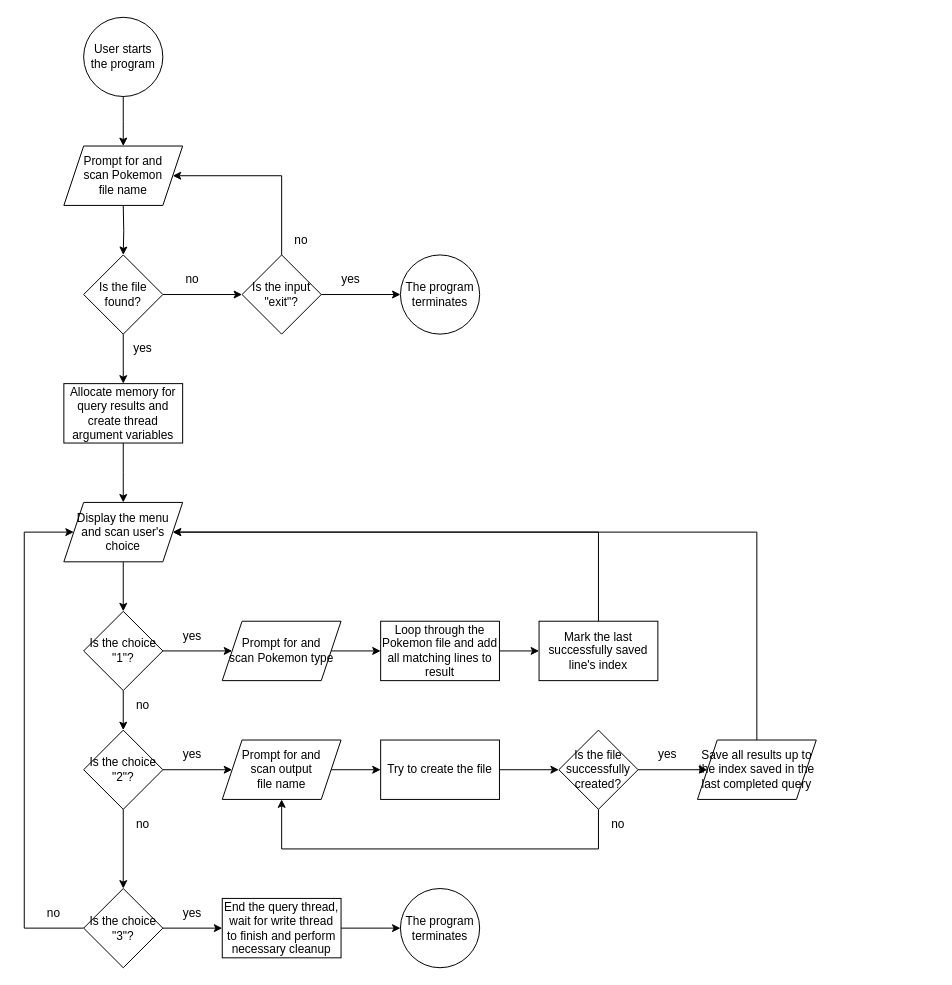
InvalidPathException/draw.io keeps this draw.io diagram as Untitled Diagram.drawio. Above is the earlier version. Source tidied: cells renumbered, new cells numbered last; positions are measured from the earlier drawing's top-left corner, leaving out a move shared by most shapes. Both pictures are drawn from the tidied source at 99%, with x=0, y=0 at pixel (24, 17).
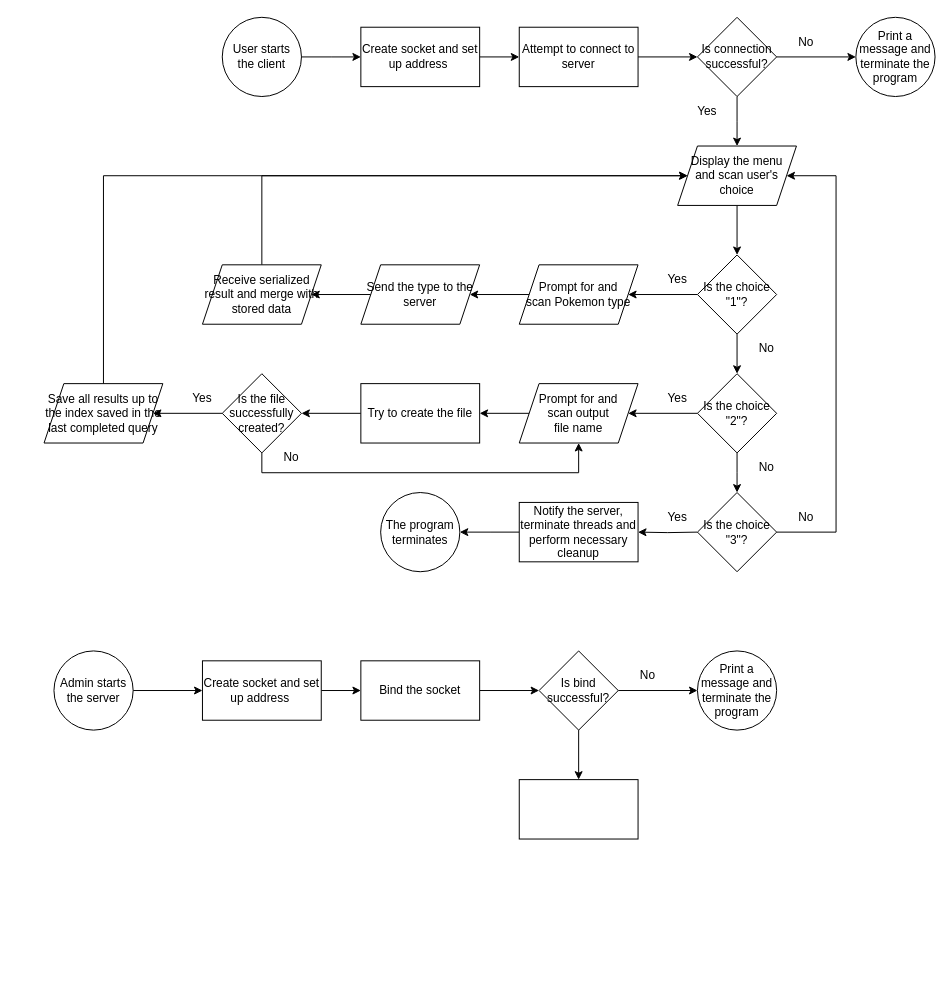
Above is the later version.

Diff of the diagram source:
```diff
@@
-    <mxCell id="2" style="edgeStyle=orthogonalEdgeStyle;rounded=0;jettySize=auto;html=1;" parent="1" edge="1" source="3">
-      <mxGeometry relative="1" as="geometry">
-        <mxPoint x="100" y="130" as="targetPoint" />
-      </mxGeometry>
-    </mxCell>
+    <mxCell id="56" style="edgeStyle=orthogonalEdgeStyle;rounded=0;jettySize=auto;html=1;" parent="1" edge="1" source="3">
+      <mxGeometry relative="1" as="geometry">
+        <mxPoint x="340" y="40" as="targetPoint" />
+      </mxGeometry>
+    </mxCell>
-    <mxCell id="3" value="User starts the program" style="ellipse;whiteSpace=wrap;html=1;" parent="1" vertex="1">
-      <mxGeometry x="60" width="80" height="80" as="geometry" />
+    <mxCell id="3" value="User starts the client" style="ellipse;whiteSpace=wrap;html=1;" parent="1" vertex="1">
+      <mxGeometry x="200" width="80" height="80" as="geometry" />
     </mxCell>
-    <mxCell id="4" style="edgeStyle=orthogonalEdgeStyle;rounded=0;jettySize=auto;html=1;" parent="1" edge="1" target="7">
-      <mxGeometry relative="1" as="geometry">
-        <mxPoint x="100" y="190" as="sourcePoint" />
-      </mxGeometry>
-    </mxCell>
-    <mxCell id="5" style="edgeStyle=orthogonalEdgeStyle;rounded=0;jettySize=auto;html=1;" parent="1" edge="1" source="7" target="9">
-      <mxGeometry relative="1" as="geometry" />
-    </mxCell>
-    <mxCell id="6" style="edgeStyle=orthogonalEdgeStyle;rounded=0;jettySize=auto;html=1;" parent="1" edge="1" source="7" target="29">
-      <mxGeometry relative="1" as="geometry" />
-    </mxCell>
-    <mxCell id="7" value="Is the file found?" style="rhombus;whiteSpace=wrap;html=1;" parent="1" vertex="1">
-      <mxGeometry x="60" y="240" width="80" height="80" as="geometry" />
-    </mxCell>
-    <mxCell id="8" style="edgeStyle=orthogonalEdgeStyle;rounded=0;jettySize=auto;html=1;" parent="1" edge="1" source="9">
-      <mxGeometry relative="1" as="geometry">
-        <mxPoint x="100" y="490" as="targetPoint" />
-      </mxGeometry>
-    </mxCell>
-    <mxCell id="9" value="Allocate memory for query results and create thread argument variables" style="whiteSpace=wrap;html=1;" parent="1" vertex="1">
-      <mxGeometry x="40" y="370" width="120" height="60" as="geometry" />
-    </mxCell>
-    <mxCell id="10" value="&lt;div&gt;Prompt for and&lt;/div&gt;&lt;div&gt;scan Pokemon&lt;/div&gt;&lt;div&gt;file name&lt;br&gt;&lt;/div&gt;" style="shape=parallelogram;perimeter=parallelogramPerimeter;whiteSpace=wrap;html=1;fixedSize=1;" parent="1" vertex="1">
-      <mxGeometry x="40" y="130" width="120" height="60" as="geometry" />
-    </mxCell>
+    <mxCell id="37" style="edgeStyle=orthogonalEdgeStyle;rounded=0;jettySize=auto;html=1;" parent="1" edge="1" source="38" target="13">
+      <mxGeometry relative="1" as="geometry" />
+    </mxCell>
+    <mxCell id="38" value="&lt;div&gt;Display the menu&lt;/div&gt;&lt;div&gt;and scan user's&lt;/div&gt;&lt;div&gt;choice&lt;br&gt;&lt;/div&gt;" style="shape=parallelogram;perimeter=parallelogramPerimeter;whiteSpace=wrap;html=1;fixedSize=1;" parent="1" vertex="1">
+      <mxGeometry x="660" y="130" width="120" height="60" as="geometry" />
+    </mxCell>
+    <mxCell id="57" style="edgeStyle=orthogonalEdgeStyle;rounded=0;jettySize=auto;html=1;" parent="1" edge="1" source="58" target="60">
+      <mxGeometry relative="1" as="geometry" />
+    </mxCell>
+    <mxCell id="58" value="Create socket and set up address&amp;nbsp;" style="rounded=0;whiteSpace=wrap;html=1;" parent="1" vertex="1">
+      <mxGeometry x="340" y="10" width="120" height="60" as="geometry" />
+    </mxCell>
+    <mxCell id="59" style="edgeStyle=orthogonalEdgeStyle;rounded=0;jettySize=auto;html=1;" parent="1" edge="1" source="60" target="63">
+      <mxGeometry relative="1" as="geometry" />
+    </mxCell>
+    <mxCell id="60" value="Attempt to connect to server" style="whiteSpace=wrap;html=1;rounded=0;" parent="1" vertex="1">
+      <mxGeometry x="500" y="10" width="120" height="60" as="geometry" />
+    </mxCell>
+    <mxCell id="61" style="edgeStyle=orthogonalEdgeStyle;rounded=0;jettySize=auto;html=1;" parent="1" edge="1" source="63" target="64">
+      <mxGeometry relative="1" as="geometry" />
+    </mxCell>
+    <mxCell id="62" style="edgeStyle=orthogonalEdgeStyle;rounded=0;jettySize=auto;html=1;" parent="1" edge="1" source="63">
+      <mxGeometry relative="1" as="geometry">
+        <mxPoint x="720" y="130" as="targetPoint" />
+      </mxGeometry>
+    </mxCell>
+    <mxCell id="63" value="Is connection successful?" style="rhombus;whiteSpace=wrap;html=1;rounded=0;" parent="1" vertex="1">
+      <mxGeometry x="680" width="80" height="80" as="geometry" />
+    </mxCell>
+    <mxCell id="64" value="Print a message and terminate the program" style="ellipse;whiteSpace=wrap;html=1;rounded=0;" parent="1" vertex="1">
+      <mxGeometry x="840" width="80" height="80" as="geometry" />
+    </mxCell>
+    <mxCell id="12" style="edgeStyle=orthogonalEdgeStyle;rounded=0;jettySize=auto;html=1;" parent="1" edge="1" source="13" target="16">
+      <mxGeometry relative="1" as="geometry" />
+    </mxCell>
@@
-    <mxCell id="12" style="edgeStyle=orthogonalEdgeStyle;rounded=0;jettySize=auto;html=1;" parent="1" edge="1" source="13" target="16">
-      <mxGeometry relative="1" as="geometry" />
-    </mxCell>
     <mxCell id="13" value="Is the choice &quot;1&quot;?" style="rhombus;whiteSpace=wrap;html=1;" parent="1" vertex="1">
-      <mxGeometry x="60" y="600" width="80" height="80" as="geometry" />
+      <mxGeometry x="680" y="240" width="80" height="80" as="geometry" />
     </mxCell>
-    <mxCell id="14" style="edgeStyle=orthogonalEdgeStyle;rounded=0;jettySize=auto;html=1;" parent="1" edge="1" source="16" target="19">
-      <mxGeometry relative="1" as="geometry" />
-    </mxCell>
+    <mxCell id="65" style="edgeStyle=orthogonalEdgeStyle;rounded=0;jettySize=auto;html=1;" parent="1" edge="1" source="16">
+      <mxGeometry relative="1" as="geometry">
+        <mxPoint x="720" y="480" as="targetPoint" />
+      </mxGeometry>
+    </mxCell>
@@
     <mxCell id="16" value="Is the choice &quot;2&quot;?" style="rhombus;whiteSpace=wrap;html=1;" parent="1" vertex="1">
-      <mxGeometry x="60" y="720" width="80" height="80" as="geometry" />
+      <mxGeometry x="680" y="360" width="80" height="80" as="geometry" />
     </mxCell>
+    <mxCell id="66" style="edgeStyle=orthogonalEdgeStyle;rounded=0;jettySize=auto;html=1;" parent="1" edge="1" target="68">
+      <mxGeometry relative="1" as="geometry">
+        <mxPoint x="680" y="520" as="sourcePoint" />
+      </mxGeometry>
+    </mxCell>
-    <mxCell id="17" style="edgeStyle=orthogonalEdgeStyle;rounded=0;jettySize=auto;html=1;entryX=0;entryY=0.5;entryDx=0;entryDy=0;" parent="1" edge="1" source="19" target="38">
+    <mxCell id="17" style="edgeStyle=orthogonalEdgeStyle;rounded=0;jettySize=auto;html=1;entryX=1;entryY=0.5;entryDx=0;entryDy=0;" parent="1" edge="1" source="19" target="38">
       <mxGeometry relative="1" as="geometry">
         <Array as="points">
-          <mxPoint y="920" />
-          <mxPoint y="520" />
+          <mxPoint x="820" y="520" />
+          <mxPoint x="820" y="160" />
         </Array>
       </mxGeometry>
     </mxCell>
-    <mxCell id="18" style="edgeStyle=orthogonalEdgeStyle;rounded=0;jettySize=auto;html=1;" parent="1" edge="1" source="19" target="32">
-      <mxGeometry relative="1" as="geometry" />
-    </mxCell>
     <mxCell id="19" value="Is the choice &quot;3&quot;?" style="rhombus;whiteSpace=wrap;html=1;" parent="1" vertex="1">
-      <mxGeometry x="60" y="880" width="80" height="80" as="geometry" />
+      <mxGeometry x="680" y="480" width="80" height="80" as="geometry" />
     </mxCell>
-    <mxCell id="20" style="edgeStyle=orthogonalEdgeStyle;rounded=0;jettySize=auto;html=1;" parent="1" edge="1" source="21" target="46">
-      <mxGeometry relative="1" as="geometry" />
-    </mxCell>
-    <mxCell id="21" value="Loop through the Pokemon file and add all matching lines to result" style="whiteSpace=wrap;html=1;" parent="1" vertex="1">
-      <mxGeometry x="360" y="610" width="120" height="60" as="geometry" />
-    </mxCell>
-    <mxCell id="22" style="edgeStyle=orthogonalEdgeStyle;rounded=0;jettySize=auto;html=1;" parent="1" edge="1" source="23" target="21">
-      <mxGeometry relative="1" as="geometry" />
-    </mxCell>
-    <mxCell id="23" value="&lt;div&gt;Prompt for and&lt;/div&gt;&lt;div&gt;scan Pokemon type&lt;br&gt;&lt;/div&gt;" style="shape=parallelogram;perimeter=parallelogramPerimeter;whiteSpace=wrap;html=1;fixedSize=1;" parent="1" vertex="1">
-      <mxGeometry x="200" y="610" width="120" height="60" as="geometry" />
-    </mxCell>
+    <mxCell id="67" style="edgeStyle=orthogonalEdgeStyle;rounded=0;jettySize=auto;html=1;" parent="1" edge="1" source="68">
+      <mxGeometry relative="1" as="geometry">
+        <mxPoint x="440" y="520" as="targetPoint" />
+      </mxGeometry>
+    </mxCell>
+    <mxCell id="68" value="Notify the server, terminate threads and perform necessary cleanup" style="whiteSpace=wrap;html=1;" parent="1" vertex="1">
+      <mxGeometry x="500" y="490" width="120" height="60" as="geometry" />
+    </mxCell>
+    <mxCell id="69" value="The program terminates" style="ellipse;whiteSpace=wrap;html=1;" parent="1" vertex="1">
+      <mxGeometry x="360" y="480" width="80" height="80" as="geometry" />
+    </mxCell>
@@
     <mxCell id="25" value="&lt;div&gt;Prompt for and&lt;/div&gt;&lt;div&gt;scan output&lt;/div&gt;&lt;div&gt;file name&lt;br&gt;&lt;/div&gt;" style="shape=parallelogram;perimeter=parallelogramPerimeter;whiteSpace=wrap;html=1;fixedSize=1;" parent="1" vertex="1">
-      <mxGeometry x="200" y="730" width="120" height="60" as="geometry" />
+      <mxGeometry x="500" y="370" width="120" height="60" as="geometry" />
     </mxCell>
-    <mxCell id="26" value="The program terminates" style="ellipse;whiteSpace=wrap;html=1;" parent="1" vertex="1">
-      <mxGeometry x="380" y="880" width="80" height="80" as="geometry" />
-    </mxCell>
-    <mxCell id="27" style="edgeStyle=orthogonalEdgeStyle;rounded=0;jettySize=auto;html=1;entryX=1;entryY=0.5;entryDx=0;entryDy=0;" parent="1" edge="1" source="29" target="10">
-      <mxGeometry relative="1" as="geometry">
-        <Array as="points">
-          <mxPoint x="260" y="160" />
-        </Array>
-      </mxGeometry>
-    </mxCell>
-    <mxCell id="28" style="edgeStyle=orthogonalEdgeStyle;rounded=0;jettySize=auto;html=1;" parent="1" edge="1" source="29" target="30">
-      <mxGeometry relative="1" as="geometry" />
-    </mxCell>
-    <mxCell id="29" value="&lt;div&gt;Is the input &lt;br&gt;&lt;/div&gt;&lt;div&gt;&quot;exit&quot;?&lt;br&gt;&lt;/div&gt;" style="rhombus;whiteSpace=wrap;html=1;" parent="1" vertex="1">
-      <mxGeometry x="220" y="240" width="80" height="80" as="geometry" />
-    </mxCell>
-    <mxCell id="30" value="The program terminates" style="ellipse;whiteSpace=wrap;html=1;" parent="1" vertex="1">
-      <mxGeometry x="380" y="240" width="80" height="80" as="geometry" />
-    </mxCell>
-    <mxCell id="31" style="edgeStyle=orthogonalEdgeStyle;rounded=0;jettySize=auto;html=1;" parent="1" edge="1" source="32" target="26">
-      <mxGeometry relative="1" as="geometry" />
-    </mxCell>
-    <mxCell id="32" value="End the query thread, wait for write thread to finish and perform necessary cleanup" style="whiteSpace=wrap;html=1;" parent="1" vertex="1">
-      <mxGeometry x="200" y="890" width="120" height="60" as="geometry" />
-    </mxCell>
-    <mxCell id="33" value="no" style="text;html=1;strokeColor=none;fillColor=none;align=center;verticalAlign=middle;whiteSpace=wrap;rounded=0;" parent="1" vertex="1">
-      <mxGeometry x="140" y="250" width="60" height="30" as="geometry" />
-    </mxCell>
-    <mxCell id="34" value="no" style="text;html=1;strokeColor=none;fillColor=none;align=center;verticalAlign=middle;whiteSpace=wrap;rounded=0;" parent="1" vertex="1">
-      <mxGeometry x="250" y="210" width="60" height="30" as="geometry" />
-    </mxCell>
-    <mxCell id="35" value="yes" style="text;html=1;strokeColor=none;fillColor=none;align=center;verticalAlign=middle;whiteSpace=wrap;rounded=0;" parent="1" vertex="1">
-      <mxGeometry x="300" y="250" width="60" height="30" as="geometry" />
-    </mxCell>
-    <mxCell id="36" value="yes" style="text;html=1;strokeColor=none;fillColor=none;align=center;verticalAlign=middle;whiteSpace=wrap;rounded=0;" parent="1" vertex="1">
-      <mxGeometry x="90" y="320" width="60" height="30" as="geometry" />
-    </mxCell>
-    <mxCell id="37" style="edgeStyle=orthogonalEdgeStyle;rounded=0;jettySize=auto;html=1;" parent="1" edge="1" source="38" target="13">
-      <mxGeometry relative="1" as="geometry" />
-    </mxCell>
-    <mxCell id="38" value="&lt;div&gt;Display the menu&lt;/div&gt;&lt;div&gt;and scan user's&lt;/div&gt;&lt;div&gt;choice&lt;br&gt;&lt;/div&gt;" style="shape=parallelogram;perimeter=parallelogramPerimeter;whiteSpace=wrap;html=1;fixedSize=1;" parent="1" vertex="1">
-      <mxGeometry x="40" y="490" width="120" height="60" as="geometry" />
-    </mxCell>
@@
     <mxCell id="40" value="Try to create the file" style="whiteSpace=wrap;html=1;" parent="1" vertex="1">
-      <mxGeometry x="360" y="730" width="120" height="60" as="geometry" />
+      <mxGeometry x="340" y="370" width="120" height="60" as="geometry" />
     </mxCell>
     <mxCell id="41" style="edgeStyle=orthogonalEdgeStyle;rounded=0;jettySize=auto;html=1;entryX=0.5;entryY=1;entryDx=0;entryDy=0;" parent="1" edge="1" source="43" target="25">
       <mxGeometry relative="1" as="geometry">
         <Array as="points">
-          <mxPoint x="580" y="840" />
-          <mxPoint x="260" y="840" />
+          <mxPoint x="240" y="460" />
+          <mxPoint x="560" y="460" />
         </Array>
       </mxGeometry>
     </mxCell>
@@
     <mxCell id="43" value="Is the file successfully created?" style="rhombus;whiteSpace=wrap;html=1;" parent="1" vertex="1">
-      <mxGeometry x="540" y="720" width="80" height="80" as="geometry" />
+      <mxGeometry x="200" y="360" width="80" height="80" as="geometry" />
     </mxCell>
-    <mxCell id="44" style="edgeStyle=orthogonalEdgeStyle;rounded=0;jettySize=auto;html=1;entryX=1;entryY=0.5;entryDx=0;entryDy=0;" parent="1" edge="1" target="38">
-      <mxGeometry relative="1" as="geometry">
-        <mxPoint x="740" y="730" as="sourcePoint" />
-        <Array as="points">
-          <mxPoint x="740" y="520" />
-        </Array>
-      </mxGeometry>
-    </mxCell>
-    <mxCell id="45" style="edgeStyle=orthogonalEdgeStyle;rounded=0;jettySize=auto;html=1;entryX=1;entryY=0.5;entryDx=0;entryDy=0;" parent="1" edge="1" source="46" target="38">
-      <mxGeometry relative="1" as="geometry">
-        <Array as="points">
-          <mxPoint x="580" y="520" />
-        </Array>
-      </mxGeometry>
-    </mxCell>
-    <mxCell id="46" value="Mark the last successfully saved line's index" style="whiteSpace=wrap;html=1;" parent="1" vertex="1">
-      <mxGeometry x="520" y="610" width="120" height="60" as="geometry" />
-    </mxCell>
-    <mxCell id="47" value="yes" style="text;html=1;strokeColor=none;fillColor=none;align=center;verticalAlign=middle;whiteSpace=wrap;rounded=0;" parent="1" vertex="1">
-      <mxGeometry x="140" y="610" width="60" height="30" as="geometry" />
-    </mxCell>
-    <mxCell id="48" value="yes" style="text;html=1;strokeColor=none;fillColor=none;align=center;verticalAlign=middle;whiteSpace=wrap;rounded=0;" parent="1" vertex="1">
-      <mxGeometry x="140" y="730" width="60" height="30" as="geometry" />
-    </mxCell>
-    <mxCell id="49" value="yes" style="text;html=1;strokeColor=none;fillColor=none;align=center;verticalAlign=middle;whiteSpace=wrap;rounded=0;" parent="1" vertex="1">
-      <mxGeometry x="140" y="890" width="60" height="30" as="geometry" />
-    </mxCell>
-    <mxCell id="50" value="no" style="text;html=1;strokeColor=none;fillColor=none;align=center;verticalAlign=middle;whiteSpace=wrap;rounded=0;" parent="1" vertex="1">
-      <mxGeometry y="890" width="60" height="30" as="geometry" />
-    </mxCell>
-    <mxCell id="51" value="yes" style="text;html=1;strokeColor=none;fillColor=none;align=center;verticalAlign=middle;whiteSpace=wrap;rounded=0;" parent="1" vertex="1">
-      <mxGeometry x="620" y="730" width="60" height="30" as="geometry" />
-    </mxCell>
-    <mxCell id="52" value="no" style="text;html=1;strokeColor=none;fillColor=none;align=center;verticalAlign=middle;whiteSpace=wrap;rounded=0;" parent="1" vertex="1">
-      <mxGeometry x="570" y="800" width="60" height="30" as="geometry" />
-    </mxCell>
-    <mxCell id="53" value="no" style="text;html=1;strokeColor=none;fillColor=none;align=center;verticalAlign=middle;whiteSpace=wrap;rounded=0;" parent="1" vertex="1">
-      <mxGeometry x="90" y="800" width="60" height="30" as="geometry" />
-    </mxCell>
-    <mxCell id="54" value="no" style="text;html=1;strokeColor=none;fillColor=none;align=center;verticalAlign=middle;whiteSpace=wrap;rounded=0;" parent="1" vertex="1">
-      <mxGeometry x="90" y="680" width="60" height="30" as="geometry" />
-    </mxCell>
+    <mxCell id="70" style="edgeStyle=orthogonalEdgeStyle;rounded=0;jettySize=auto;html=1;" parent="1" edge="1" source="55">
+      <mxGeometry relative="1" as="geometry">
+        <mxPoint x="670" y="160" as="targetPoint" />
+        <Array as="points">
+          <mxPoint x="80" y="160" />
+          <mxPoint x="665" y="160" />
+        </Array>
+      </mxGeometry>
+    </mxCell>
     <mxCell id="55" value="Save all results up to the index saved in the last completed query" style="shape=parallelogram;perimeter=parallelogramPerimeter;whiteSpace=wrap;html=1;fixedSize=1;" parent="1" vertex="1">
-      <mxGeometry x="680" y="730" width="120" height="60" as="geometry" />
+      <mxGeometry x="20" y="370" width="120" height="60" as="geometry" />
     </mxCell>
+    <mxCell id="71" style="edgeStyle=orthogonalEdgeStyle;rounded=0;jettySize=auto;html=1;" parent="1" edge="1" source="23" target="73">
+      <mxGeometry relative="1" as="geometry" />
+    </mxCell>
+    <mxCell id="23" value="&lt;div&gt;Prompt for and&lt;/div&gt;&lt;div&gt;scan Pokemon type&lt;br&gt;&lt;/div&gt;" style="shape=parallelogram;perimeter=parallelogramPerimeter;whiteSpace=wrap;html=1;fixedSize=1;" parent="1" vertex="1">
+      <mxGeometry x="500" y="250" width="120" height="60" as="geometry" />
+    </mxCell>
+    <mxCell id="72" style="edgeStyle=orthogonalEdgeStyle;rounded=0;jettySize=auto;html=1;" parent="1" edge="1" source="73" target="75">
+      <mxGeometry relative="1" as="geometry" />
+    </mxCell>
+    <mxCell id="73" value="Send the type to the server" style="shape=parallelogram;perimeter=parallelogramPerimeter;whiteSpace=wrap;html=1;fixedSize=1;" parent="1" vertex="1">
+      <mxGeometry x="340" y="250" width="120" height="60" as="geometry" />
+    </mxCell>
+    <mxCell id="74" style="edgeStyle=orthogonalEdgeStyle;rounded=0;jettySize=auto;html=1;entryX=0;entryY=0.5;entryDx=0;entryDy=0;" parent="1" edge="1" source="75" target="38">
+      <mxGeometry relative="1" as="geometry">
+        <Array as="points">
+          <mxPoint x="240" y="160" />
+        </Array>
+      </mxGeometry>
+    </mxCell>
+    <mxCell id="75" value="Receive serialized result and merge with stored data" style="shape=parallelogram;perimeter=parallelogramPerimeter;whiteSpace=wrap;html=1;fixedSize=1;" parent="1" vertex="1">
+      <mxGeometry x="180" y="250" width="120" height="60" as="geometry" />
+    </mxCell>
+    <mxCell id="76" value="No" style="text;html=1;strokeColor=none;fillColor=none;align=center;verticalAlign=middle;whiteSpace=wrap;rounded=0;" parent="1" vertex="1">
+      <mxGeometry x="760" y="10" width="60" height="30" as="geometry" />
+    </mxCell>
+    <mxCell id="77" value="No" style="text;html=1;strokeColor=none;fillColor=none;align=center;verticalAlign=middle;whiteSpace=wrap;rounded=0;" parent="1" vertex="1">
+      <mxGeometry x="720" y="320" width="60" height="30" as="geometry" />
+    </mxCell>
+    <mxCell id="78" value="No" style="text;html=1;strokeColor=none;fillColor=none;align=center;verticalAlign=middle;whiteSpace=wrap;rounded=0;" parent="1" vertex="1">
+      <mxGeometry x="720" y="440" width="60" height="30" as="geometry" />
+    </mxCell>
+    <mxCell id="79" value="No" style="text;html=1;strokeColor=none;fillColor=none;align=center;verticalAlign=middle;whiteSpace=wrap;rounded=0;" parent="1" vertex="1">
+      <mxGeometry x="760" y="490" width="60" height="30" as="geometry" />
+    </mxCell>
+    <mxCell id="80" value="Yes" style="text;html=1;strokeColor=none;fillColor=none;align=center;verticalAlign=middle;whiteSpace=wrap;rounded=0;" parent="1" vertex="1">
+      <mxGeometry x="660" y="80" width="60" height="30" as="geometry" />
+    </mxCell>
+    <mxCell id="81" value="Yes" style="text;html=1;strokeColor=none;fillColor=none;align=center;verticalAlign=middle;whiteSpace=wrap;rounded=0;" parent="1" vertex="1">
+      <mxGeometry x="630" y="250" width="60" height="30" as="geometry" />
+    </mxCell>
+    <mxCell id="82" value="Yes" style="text;html=1;strokeColor=none;fillColor=none;align=center;verticalAlign=middle;whiteSpace=wrap;rounded=0;" parent="1" vertex="1">
+      <mxGeometry x="630" y="370" width="60" height="30" as="geometry" />
+    </mxCell>
+    <mxCell id="83" value="Yes" style="text;html=1;strokeColor=none;fillColor=none;align=center;verticalAlign=middle;whiteSpace=wrap;rounded=0;" parent="1" vertex="1">
+      <mxGeometry x="630" y="490" width="60" height="30" as="geometry" />
+    </mxCell>
+    <mxCell id="84" value="Yes" style="text;html=1;strokeColor=none;fillColor=none;align=center;verticalAlign=middle;whiteSpace=wrap;rounded=0;" parent="1" vertex="1">
+      <mxGeometry x="150" y="370" width="60" height="30" as="geometry" />
+    </mxCell>
+    <mxCell id="85" value="No" style="text;html=1;strokeColor=none;fillColor=none;align=center;verticalAlign=middle;whiteSpace=wrap;rounded=0;" parent="1" vertex="1">
+      <mxGeometry x="240" y="430" width="60" height="30" as="geometry" />
+    </mxCell>
+    <mxCell id="86" style="edgeStyle=orthogonalEdgeStyle;rounded=0;jettySize=auto;html=1;" parent="1" edge="1" source="87" target="89">
+      <mxGeometry relative="1" as="geometry" />
+    </mxCell>
+    <mxCell id="87" value="Admin starts the server" style="ellipse;whiteSpace=wrap;html=1;" parent="1" vertex="1">
+      <mxGeometry x="30" y="640" width="80" height="80" as="geometry" />
+    </mxCell>
+    <mxCell id="88" style="edgeStyle=orthogonalEdgeStyle;rounded=0;jettySize=auto;html=1;" parent="1" edge="1" source="89" target="91">
+      <mxGeometry relative="1" as="geometry" />
+    </mxCell>
+    <mxCell id="89" value="Create socket and set up address&amp;nbsp;" style="rounded=0;whiteSpace=wrap;html=1;" parent="1" vertex="1">
+      <mxGeometry x="180" y="650" width="120" height="60" as="geometry" />
+    </mxCell>
+    <mxCell id="90" style="edgeStyle=orthogonalEdgeStyle;rounded=0;jettySize=auto;html=1;" parent="1" edge="1" source="91" target="94">
+      <mxGeometry relative="1" as="geometry" />
+    </mxCell>
+    <mxCell id="91" value="Bind the socket" style="whiteSpace=wrap;html=1;rounded=0;" parent="1" vertex="1">
+      <mxGeometry x="340" y="650" width="120" height="60" as="geometry" />
+    </mxCell>
+    <mxCell id="92" style="edgeStyle=orthogonalEdgeStyle;rounded=0;jettySize=auto;html=1;" parent="1" edge="1" source="94" target="95">
+      <mxGeometry relative="1" as="geometry" />
+    </mxCell>
+    <mxCell id="93" style="edgeStyle=orthogonalEdgeStyle;rounded=0;jettySize=auto;html=1;" parent="1" edge="1" source="94" target="97">
+      <mxGeometry relative="1" as="geometry" />
+    </mxCell>
+    <mxCell id="94" value="Is bind successful?" style="rhombus;whiteSpace=wrap;html=1;rounded=0;" parent="1" vertex="1">
+      <mxGeometry x="520" y="640" width="80" height="80" as="geometry" />
+    </mxCell>
+    <mxCell id="95" value="Print a message and terminate the program" style="ellipse;whiteSpace=wrap;html=1;rounded=0;" parent="1" vertex="1">
+      <mxGeometry x="680" y="640" width="80" height="80" as="geometry" />
+    </mxCell>
+    <mxCell id="96" value="No" style="text;html=1;strokeColor=none;fillColor=none;align=center;verticalAlign=middle;whiteSpace=wrap;rounded=0;" parent="1" vertex="1">
+      <mxGeometry x="600" y="650" width="60" height="30" as="geometry" />
+    </mxCell>
+    <mxCell id="97" style="whiteSpace=wrap;html=1;rounded=0;" parent="1" vertex="1">
+      <mxGeometry x="500" y="770" width="120" height="60" as="geometry" />
+    </mxCell>
```
